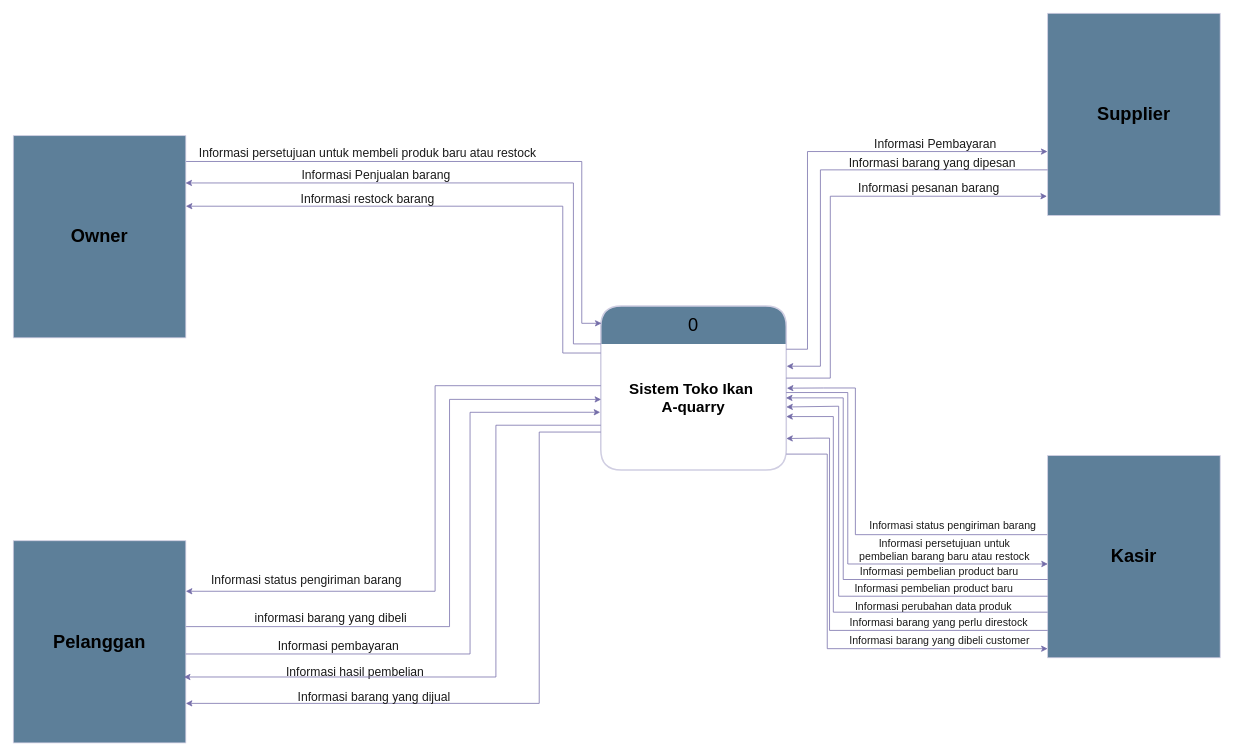
Before: Context Level.drawio in shinoaaa/DFD, a draw.io diagram. Source tidied: cells renumbered, new cells numbered last; positions are measured from the earlier drawing's top-left corner, leaving out a move shared by most shapes. Both pictures are drawn from the tidied source at 76%, with x=0, y=0 at pixel (13, 13).
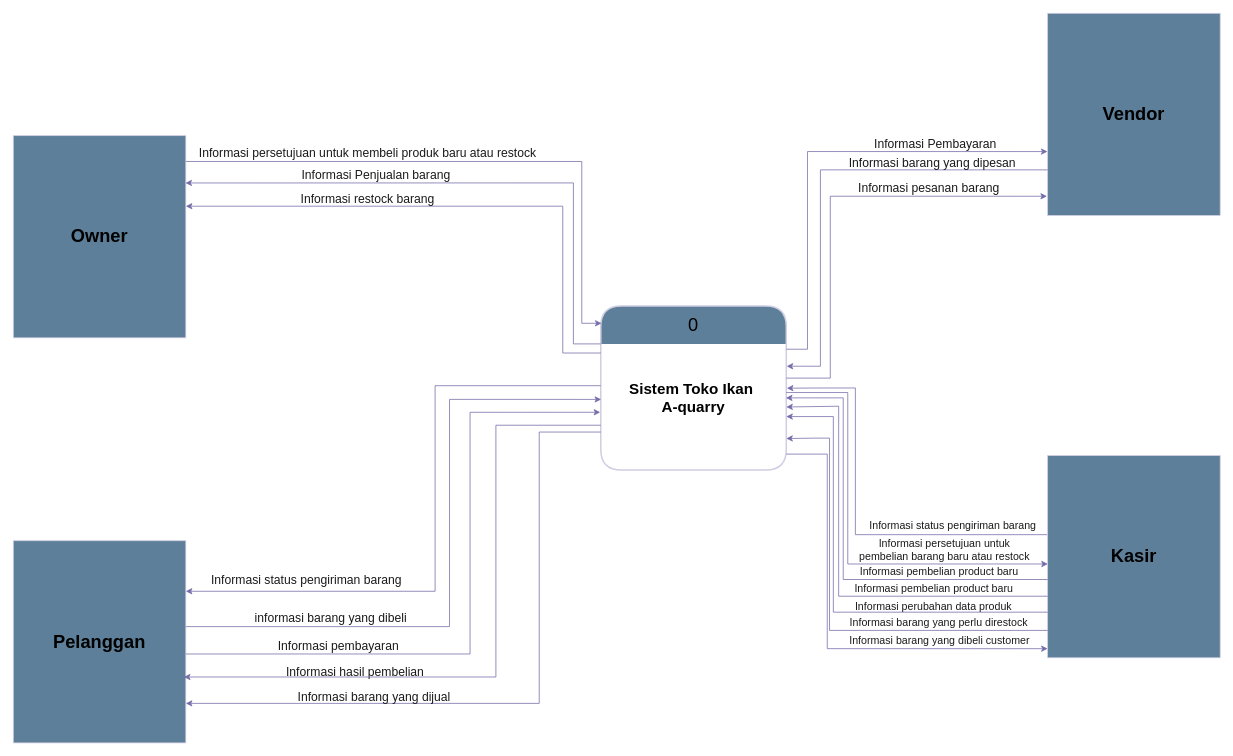
The same diagram, later.

Diff of the diagram source:
```diff
@@
-    <mxCell id="10" value="&lt;h2&gt;&lt;font style=&quot;font-size: 24px; color: light-dark(rgb(0, 0, 0), rgb(5, 5, 5));&quot;&gt;Supplier&lt;/font&gt;&lt;/h2&gt;" style="rounded=0;whiteSpace=wrap;html=1;fillColor=light-dark(#5D7F99,#99CCFF);strokeColor=#D0CEE2;labelBackgroundColor=none;fontColor=#1A1A1A;" parent="1" vertex="1">
+    <mxCell id="10" value="&lt;h2&gt;&lt;font style=&quot;font-size: 24px; color: light-dark(rgb(0, 0, 0), rgb(5, 5, 5));&quot;&gt;Vendor&lt;/font&gt;&lt;/h2&gt;" style="rounded=0;whiteSpace=wrap;html=1;fillColor=light-dark(#5D7F99,#99CCFF);strokeColor=#D0CEE2;labelBackgroundColor=none;fontColor=#1A1A1A;" parent="1" vertex="1">
       <mxGeometry x="1361" width="227" height="266" as="geometry" />
     </mxCell>
```
